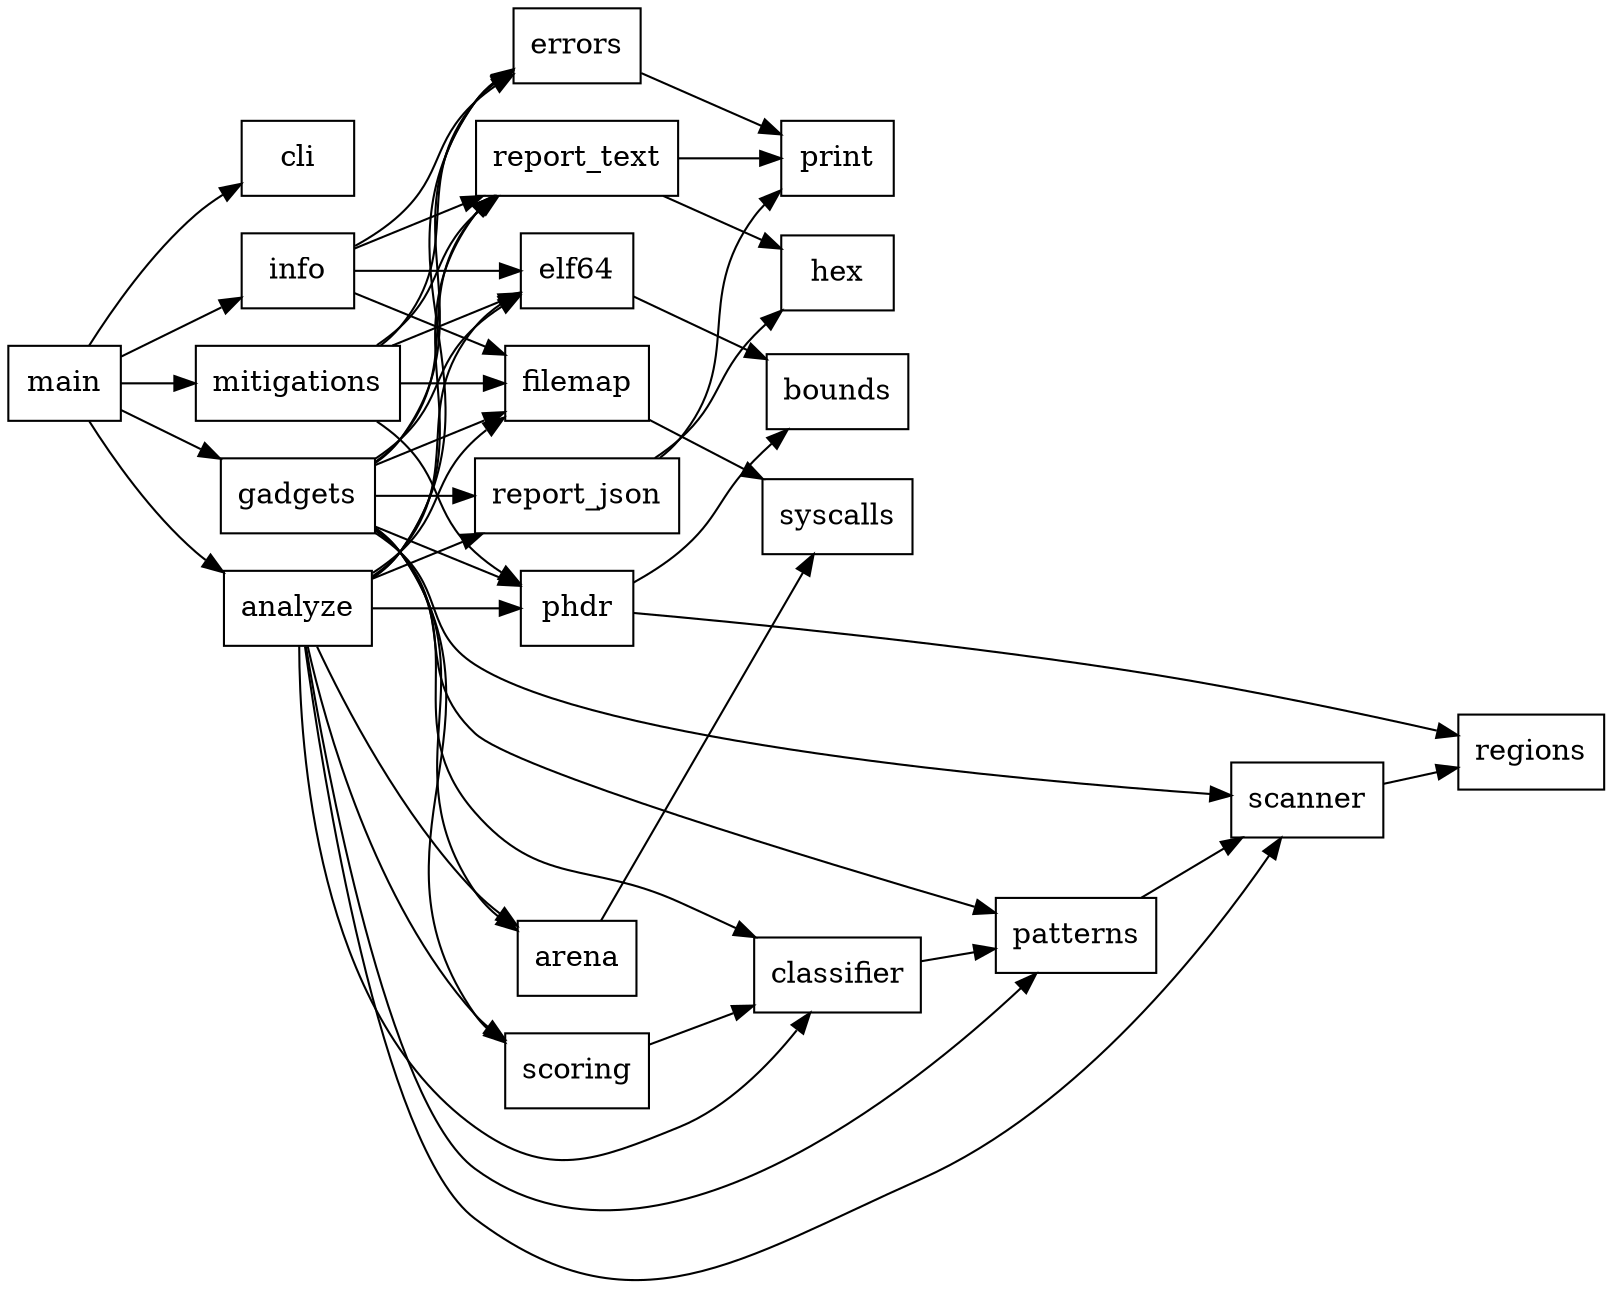
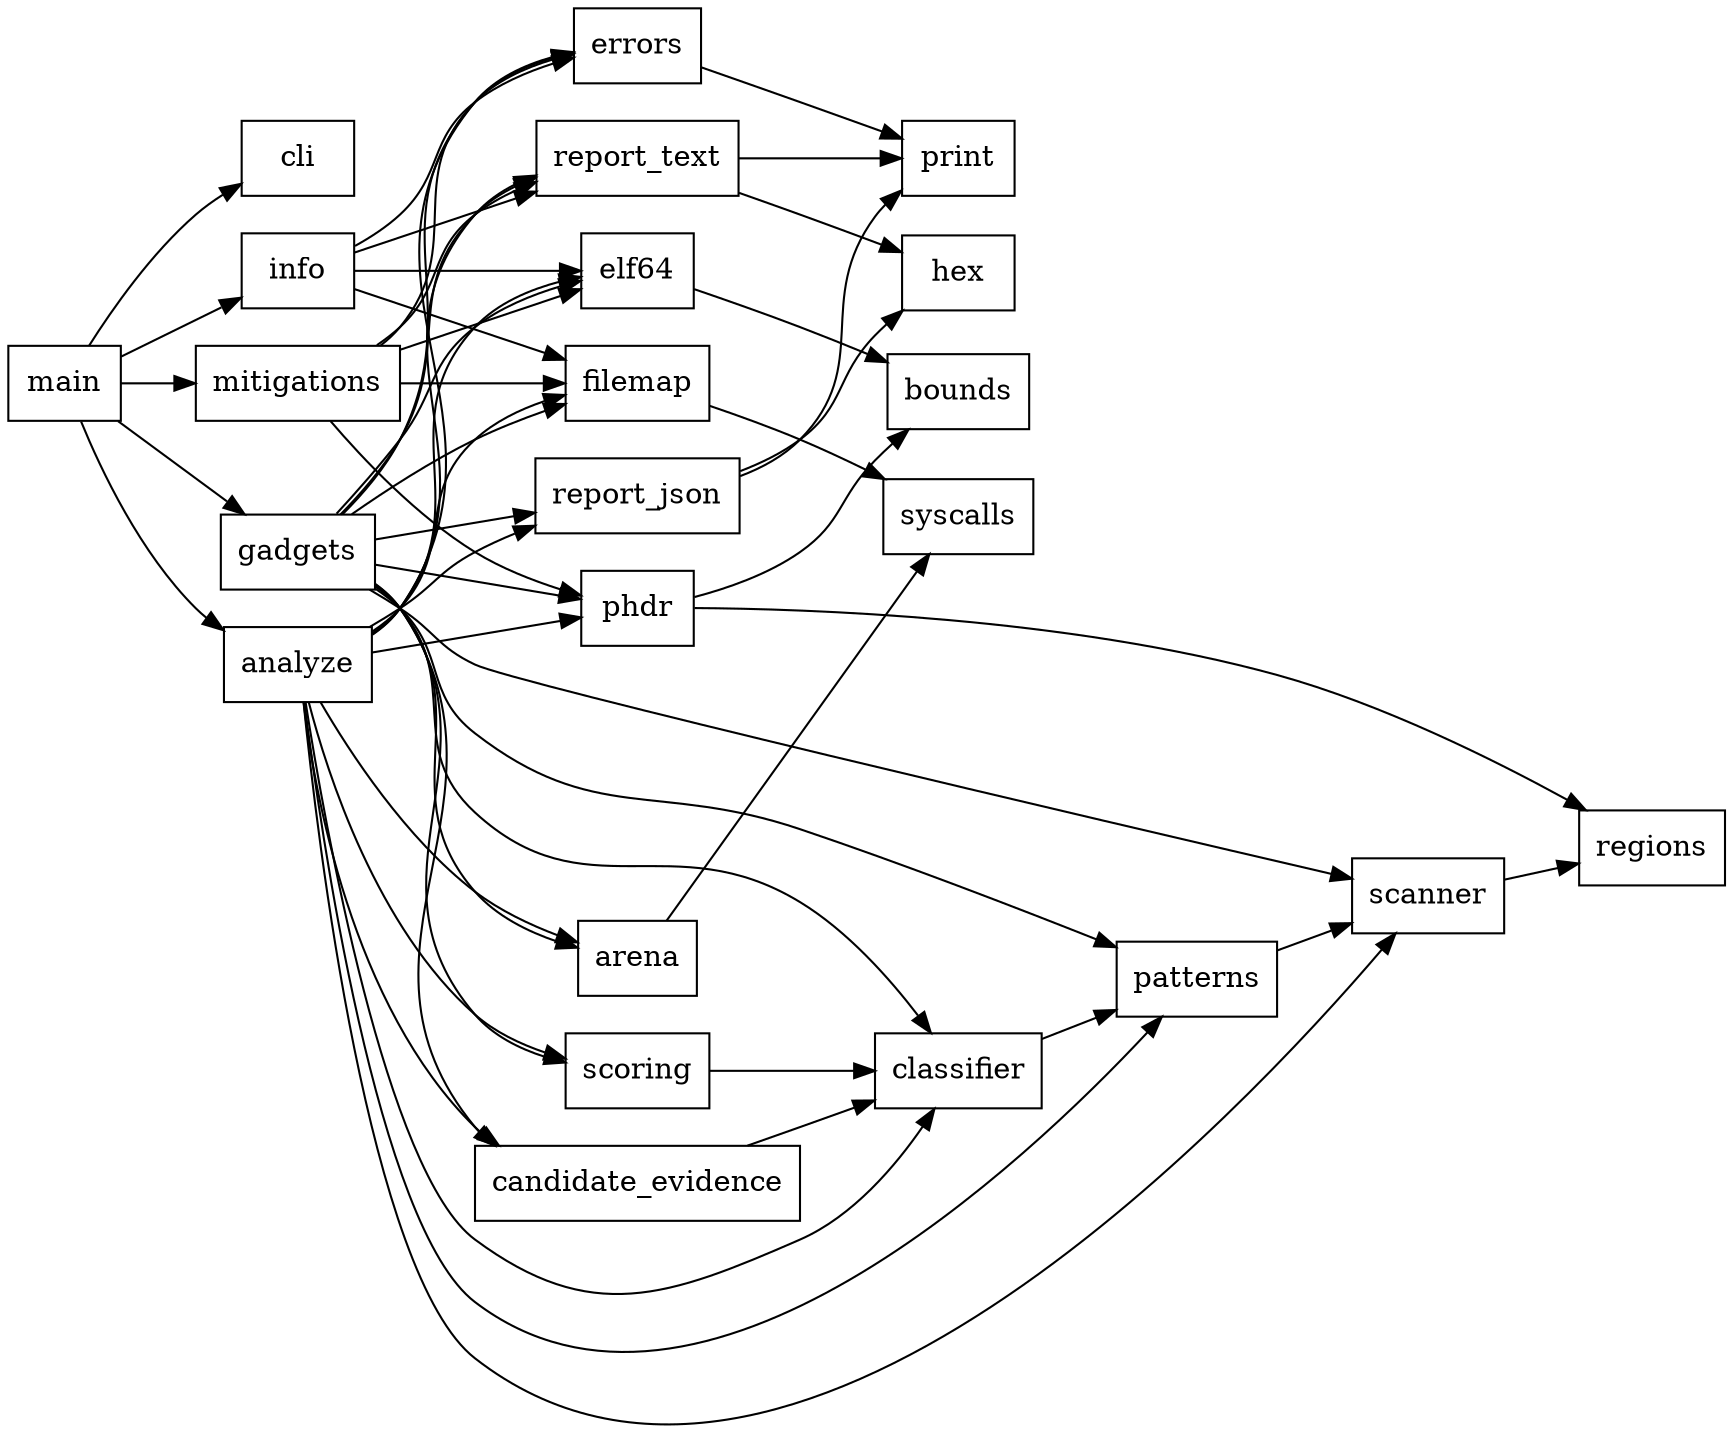
digraph x64lens_modules {
  rankdir=LR;
  node [shape=box];

  main -> cli;
  main -> info;
  main -> mitigations;
  main -> gadgets;
  main -> analyze;

  info -> filemap;
  info -> elf64;
  info -> report_text;
  info -> errors;

  mitigations -> filemap;
  mitigations -> elf64;
  mitigations -> phdr;
  mitigations -> report_text;
  mitigations -> errors;

  gadgets -> filemap;
  gadgets -> elf64;
  gadgets -> phdr;
  gadgets -> scanner;
  gadgets -> patterns;
  gadgets -> classifier;
+   gadgets -> candidate_evidence;
  gadgets -> scoring;
  gadgets -> report_text;
  gadgets -> report_json;
  gadgets -> arena;
  gadgets -> errors;

  analyze -> filemap;
  analyze -> elf64;
  analyze -> phdr;
  analyze -> scanner;
  analyze -> patterns;
  analyze -> classifier;
+   analyze -> candidate_evidence;
  analyze -> scoring;
  analyze -> report_text;
  analyze -> report_json;
  analyze -> arena;
  analyze -> errors;

  phdr -> bounds;
  phdr -> regions;
  scanner -> regions;
  patterns -> scanner;
  classifier -> patterns;
+   candidate_evidence -> classifier;
  scoring -> classifier;

  filemap -> syscalls;
  arena -> syscalls;
  elf64 -> bounds;
  report_text -> print;
  report_text -> hex;
  report_json -> print;
  report_json -> hex;
  errors -> print;
}
